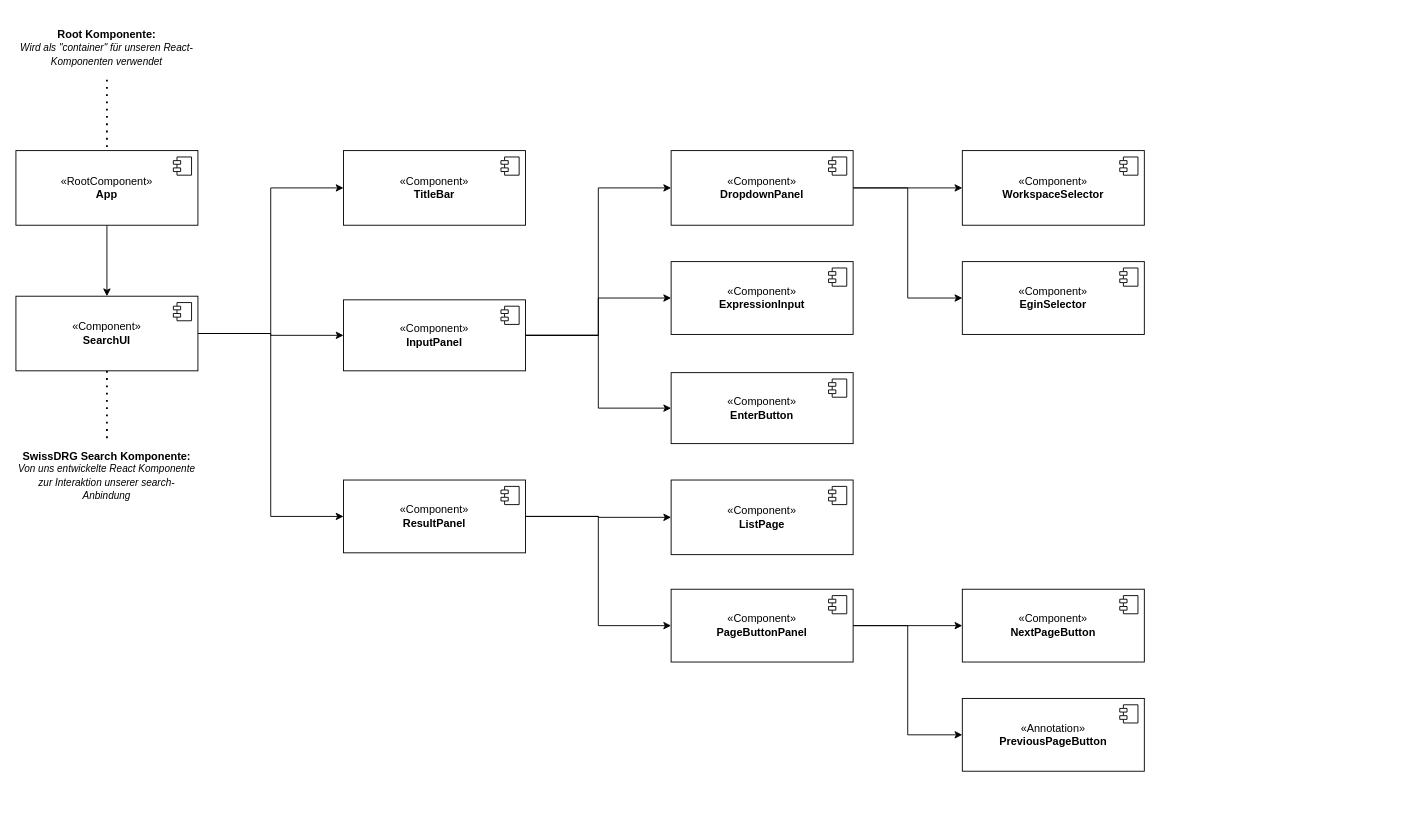
Skouldog/SwissDRG-documentation keeps this draw.io diagram as Dokumentation/frontend/Diagramme/UI-Komponentendiagramm.drawio. Above is the earlier version. Source tidied: cells renumbered, new cells numbered last; positions are measured from the earlier drawing's top-left corner, leaving out a move shared by most shapes. Both pictures are drawn from the tidied source at 91%, with x=0, y=0 at pixel (15, 15).
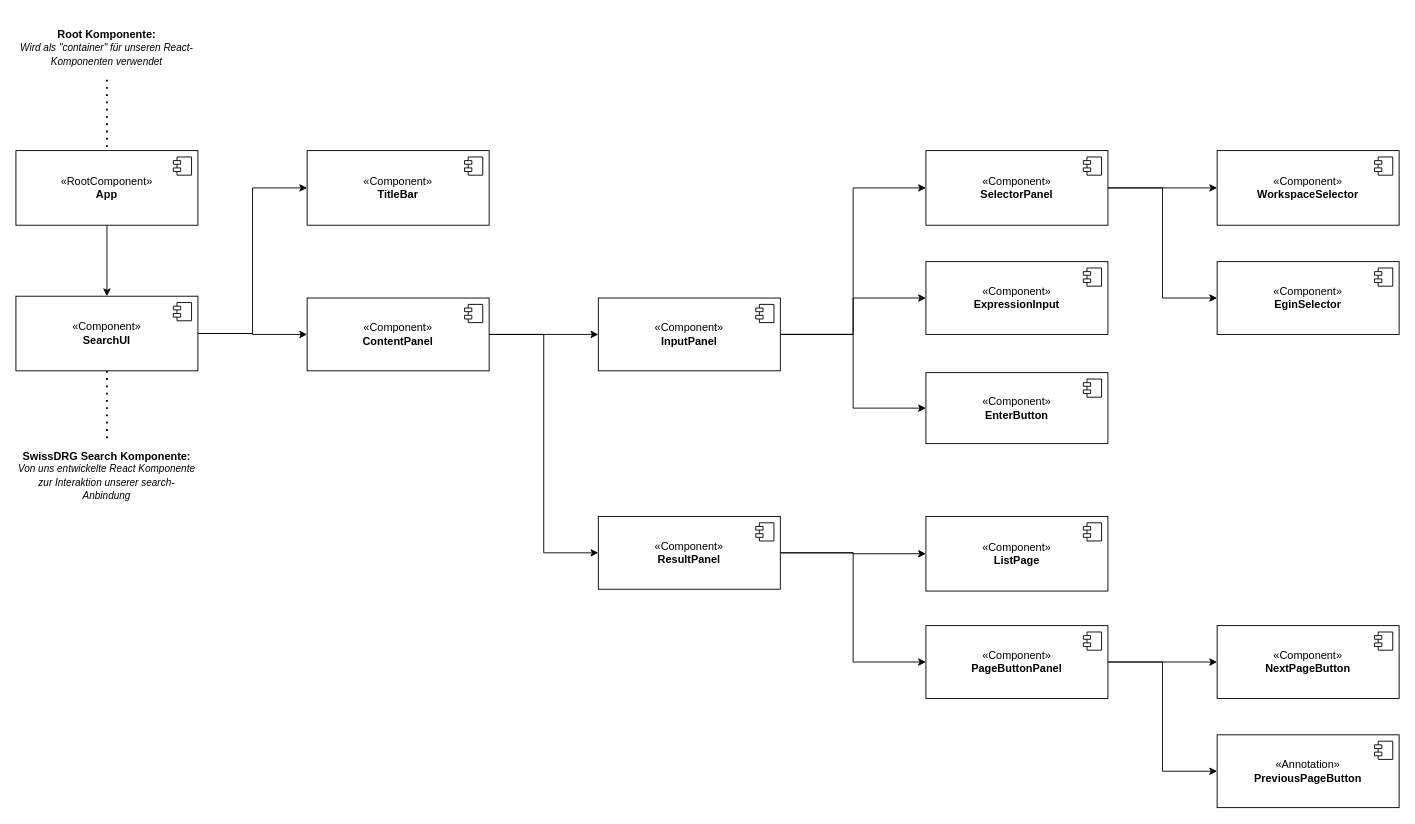
The same page after the edit.

Commit message (it also covers changes not shown here):
updated component diagram

The change refers to these unchanged cells:
```xml
<mxCell id="13" value="«Component»&lt;br&gt;&lt;b&gt;SearchUI&lt;/b&gt;" style="html=1;whiteSpace=wrap;" parent="1" vertex="1">
  <mxGeometry y="308" width="200" height="82" as="geometry" />
</mxCell>
```

Change to the diagram source:
```diff
@@
+    <mxCell id="48" style="edgeStyle=orthogonalEdgeStyle;rounded=0;jettySize=auto;html=1;exitX=1;exitY=0.5;exitDx=0;exitDy=0;entryX=0;entryY=0.5;entryDx=0;entryDy=0;" parent="1" edge="1" source="13" target="51">
+      <mxGeometry relative="1" as="geometry" />
+    </mxCell>
@@
-    <mxCell id="11" style="edgeStyle=orthogonalEdgeStyle;rounded=0;jettySize=auto;html=1;exitX=1;exitY=0.5;exitDx=0;exitDy=0;entryX=0;entryY=0.5;entryDx=0;entryDy=0;" parent="1" edge="1" source="13" target="20">
-      <mxGeometry relative="1" as="geometry" />
-    </mxCell>
-    <mxCell id="12" style="edgeStyle=orthogonalEdgeStyle;rounded=0;jettySize=auto;html=1;exitX=1;exitY=0.5;exitDx=0;exitDy=0;entryX=0;entryY=0.5;entryDx=0;entryDy=0;" parent="1" edge="1" source="13" target="24">
-      <mxGeometry relative="1" as="geometry" />
-    </mxCell>
@@
     <mxCell id="15" value="«Component»&lt;br&gt;&lt;b&gt;TitleBar&lt;/b&gt;" style="html=1;whiteSpace=wrap;" parent="1" vertex="1">
-      <mxGeometry x="360" y="148" width="200" height="82" as="geometry" />
+      <mxGeometry x="320" y="148" width="200" height="82" as="geometry" />
     </mxCell>
@@
     <mxCell id="20" value="«Component»&lt;br&gt;&lt;b&gt;InputPanel&lt;/b&gt;" style="html=1;whiteSpace=wrap;" parent="1" vertex="1">
-      <mxGeometry x="360" y="312" width="200" height="78" as="geometry" />
+      <mxGeometry x="640" y="310" width="200" height="80" as="geometry" />
     </mxCell>
@@
     <mxCell id="24" value="«Component»&lt;br&gt;&lt;b&gt;ResultPanel&lt;/b&gt;" style="html=1;whiteSpace=wrap;" parent="1" vertex="1">
-      <mxGeometry x="360" y="510" width="200" height="80" as="geometry" />
+      <mxGeometry x="640" y="550" width="200" height="80" as="geometry" />
     </mxCell>
@@
-    <mxCell id="28" value="«Component»&lt;br&gt;&lt;b&gt;DropdownPanel&lt;/b&gt;" style="html=1;whiteSpace=wrap;" parent="1" vertex="1">
-      <mxGeometry x="720" y="148" width="200" height="82" as="geometry" />
+    <mxCell id="28" value="«Component»&lt;br&gt;&lt;b&gt;SelectorPanel&lt;/b&gt;" style="html=1;whiteSpace=wrap;" parent="1" vertex="1">
+      <mxGeometry x="1000" y="148" width="200" height="82" as="geometry" />
     </mxCell>
@@
     <mxCell id="30" value="«Component»&lt;br&gt;&lt;b&gt;WorkspaceSelector&lt;/b&gt;" style="html=1;whiteSpace=wrap;" parent="1" vertex="1">
-      <mxGeometry x="1040" y="148" width="200" height="82" as="geometry" />
+      <mxGeometry x="1320" y="148" width="200" height="82" as="geometry" />
     </mxCell>
@@
     <mxCell id="32" value="«Component»&lt;br&gt;&lt;b&gt;EginSelector&lt;/b&gt;" style="html=1;whiteSpace=wrap;" parent="1" vertex="1">
-      <mxGeometry x="1040" y="270" width="200" height="80" as="geometry" />
+      <mxGeometry x="1320" y="270" width="200" height="80" as="geometry" />
     </mxCell>
@@
     <mxCell id="34" value="«Component»&lt;br&gt;&lt;b&gt;ExpressionInput&lt;/b&gt;" style="html=1;whiteSpace=wrap;" parent="1" vertex="1">
-      <mxGeometry x="720" y="270" width="200" height="80" as="geometry" />
+      <mxGeometry x="1000" y="270" width="200" height="80" as="geometry" />
     </mxCell>
@@
     <mxCell id="36" value="«Component»&lt;br&gt;&lt;b&gt;EnterButton&lt;/b&gt;" style="html=1;whiteSpace=wrap;" parent="1" vertex="1">
-      <mxGeometry x="720" y="392" width="200" height="78" as="geometry" />
+      <mxGeometry x="1000" y="392" width="200" height="78" as="geometry" />
     </mxCell>
@@
     <mxCell id="38" value="«Component»&lt;br&gt;&lt;b&gt;ListPage&lt;/b&gt;" style="html=1;whiteSpace=wrap;" parent="1" vertex="1">
-      <mxGeometry x="720" y="510" width="200" height="82" as="geometry" />
+      <mxGeometry x="1000" y="550" width="200" height="82" as="geometry" />
     </mxCell>
@@
     <mxCell id="42" value="«Component»&lt;br&gt;&lt;b&gt;PageButtonPanel&lt;/b&gt;" style="html=1;whiteSpace=wrap;" parent="1" vertex="1">
-      <mxGeometry x="720" y="630" width="200" height="80" as="geometry" />
+      <mxGeometry x="1000" y="670" width="200" height="80" as="geometry" />
     </mxCell>
@@
     <mxCell id="44" value="«Component»&lt;br&gt;&lt;b&gt;NextPageButton&lt;/b&gt;" style="html=1;whiteSpace=wrap;" parent="1" vertex="1">
-      <mxGeometry x="1040" y="630" width="200" height="80" as="geometry" />
+      <mxGeometry x="1320" y="670" width="200" height="80" as="geometry" />
     </mxCell>
@@
     <mxCell id="46" value="«Annotation»&lt;br&gt;&lt;b&gt;PreviousPageButton&lt;/b&gt;" style="html=1;whiteSpace=wrap;" parent="1" vertex="1">
-      <mxGeometry x="1040" y="750" width="200" height="80" as="geometry" />
+      <mxGeometry x="1320" y="790" width="200" height="80" as="geometry" />
     </mxCell>
@@
+    <mxCell id="49" style="edgeStyle=orthogonalEdgeStyle;rounded=0;jettySize=auto;html=1;exitX=1;exitY=0.5;exitDx=0;exitDy=0;entryX=0;entryY=0.5;entryDx=0;entryDy=0;" parent="1" edge="1" source="51" target="20">
+      <mxGeometry relative="1" as="geometry" />
+    </mxCell>
+    <mxCell id="50" style="edgeStyle=orthogonalEdgeStyle;rounded=0;jettySize=auto;html=1;exitX=1;exitY=0.5;exitDx=0;exitDy=0;entryX=0;entryY=0.5;entryDx=0;entryDy=0;" parent="1" edge="1" source="51" target="24">
+      <mxGeometry relative="1" as="geometry" />
+    </mxCell>
+    <mxCell id="51" value="«Component»&lt;br&gt;&lt;b&gt;ContentPanel&lt;/b&gt;" style="html=1;whiteSpace=wrap;" parent="1" vertex="1">
+      <mxGeometry x="320" y="310" width="200" height="80" as="geometry" />
+    </mxCell>
+    <mxCell id="52" style="shape=module;jettyWidth=8;jettyHeight=4;" parent="51" vertex="1">
+      <mxGeometry x="1" width="20" height="20" relative="1" as="geometry">
+        <mxPoint x="-27" y="7" as="offset" />
+      </mxGeometry>
+    </mxCell>
```
